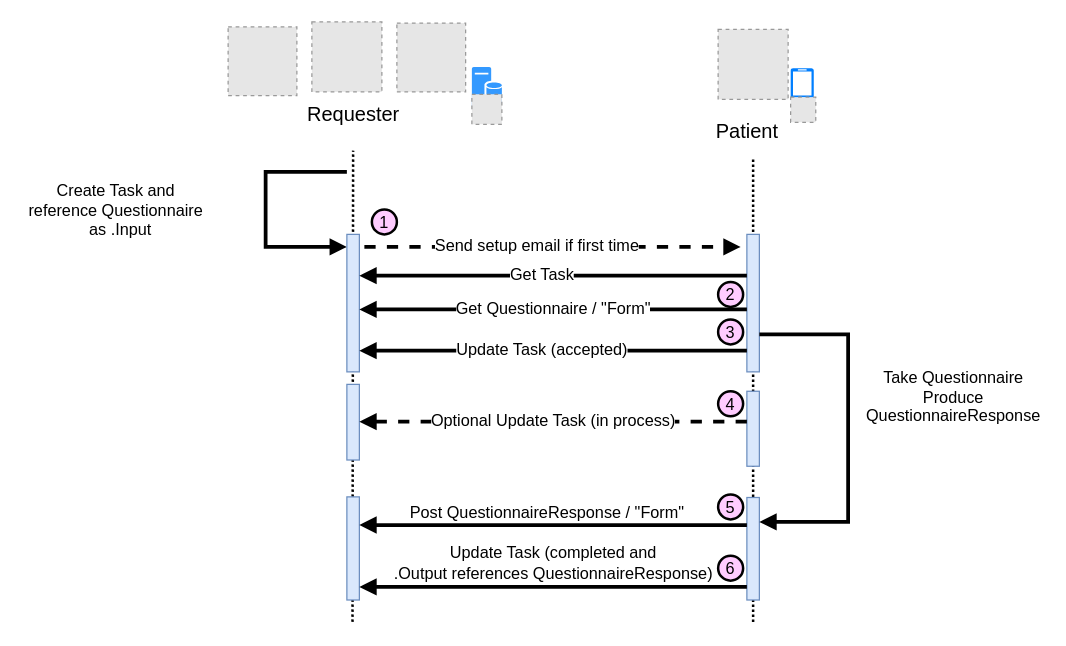
The draw.io diagram Images Source/PatientQuestionnaire.drawio in HL7/fhir-sdoh-clinicalcare, before the edit. Source tidied: cells renumbered, new cells numbered last; positions are measured from the earlier drawing's top-left corner, leaving out a move shared by most shapes. Both pictures are drawn from the tidied source at 125%, with x=0, y=0 at pixel (21, 21). Pictures stored in the file or linked from it are replaced by grey dashed boxes.
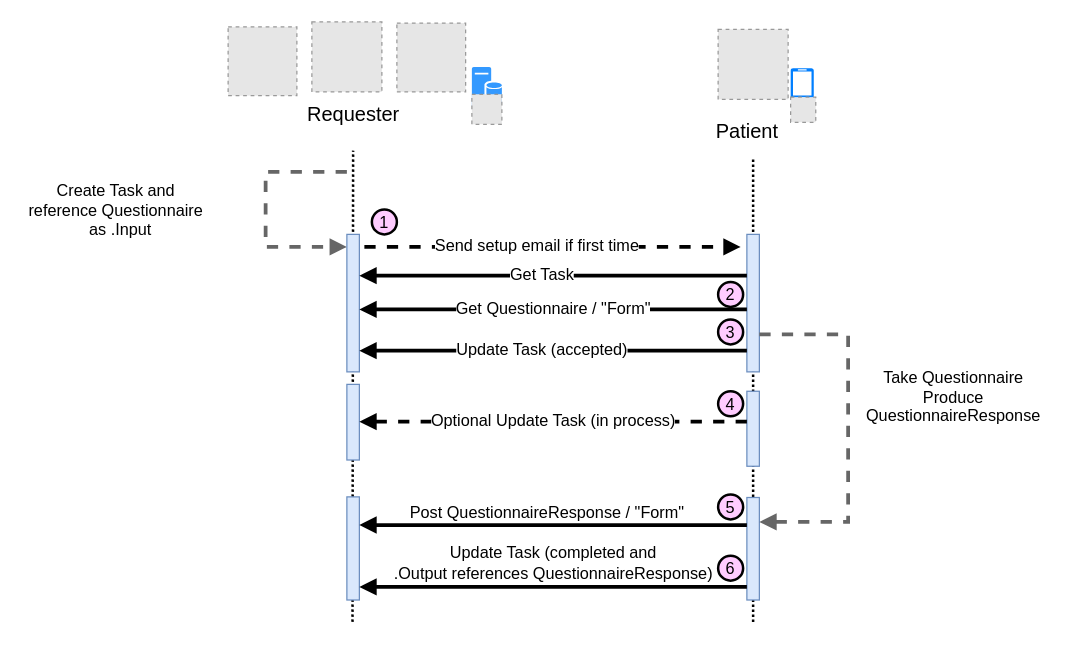
The same page after the edit.

Change to the diagram source:
```diff
@@
-    <mxCell id="4" style="edgeStyle=orthogonalEdgeStyle;html=1;align=left;spacingLeft=2;endArrow=block;rounded=0;startArrow=none;fontSize=13;strokeWidth=3;" parent="1" edge="1">
+    <mxCell id="4" style="edgeStyle=orthogonalEdgeStyle;html=1;align=left;spacingLeft=2;endArrow=block;rounded=0;startArrow=none;fontSize=13;strokeWidth=3;dashed=1;strokeColor=#666666;" parent="1" edge="1">
       <mxGeometry x="-0.07" y="-25" relative="1" as="geometry">
         <mxPoint x="260" y="120" as="sourcePoint" />
         <mxPoint x="260" y="180" as="targetPoint" />
         <Array as="points">
           <mxPoint x="195" y="120" />
           <mxPoint x="195" y="180" />
         </Array>
       </mxGeometry>
     </mxCell>
@@
-    <mxCell id="13" style="edgeStyle=orthogonalEdgeStyle;html=1;align=left;spacingLeft=2;endArrow=block;rounded=0;fontSize=13;strokeWidth=3;" parent="1" edge="1">
+    <mxCell id="13" style="edgeStyle=orthogonalEdgeStyle;html=1;align=left;spacingLeft=2;endArrow=block;rounded=0;fontSize=13;strokeWidth=3;dashed=1;strokeColor=#666666;" parent="1" edge="1">
       <mxGeometry x="-0.03" y="-36" relative="1" as="geometry">
         <mxPoint x="590" y="250" as="sourcePoint" />
         <mxPoint x="590" y="400" as="targetPoint" />
         <Array as="points">
           <mxPoint x="661" y="250" />
           <mxPoint x="661" y="400" />
           <mxPoint x="590" y="400" />
         </Array>
       </mxGeometry>
     </mxCell>
```
